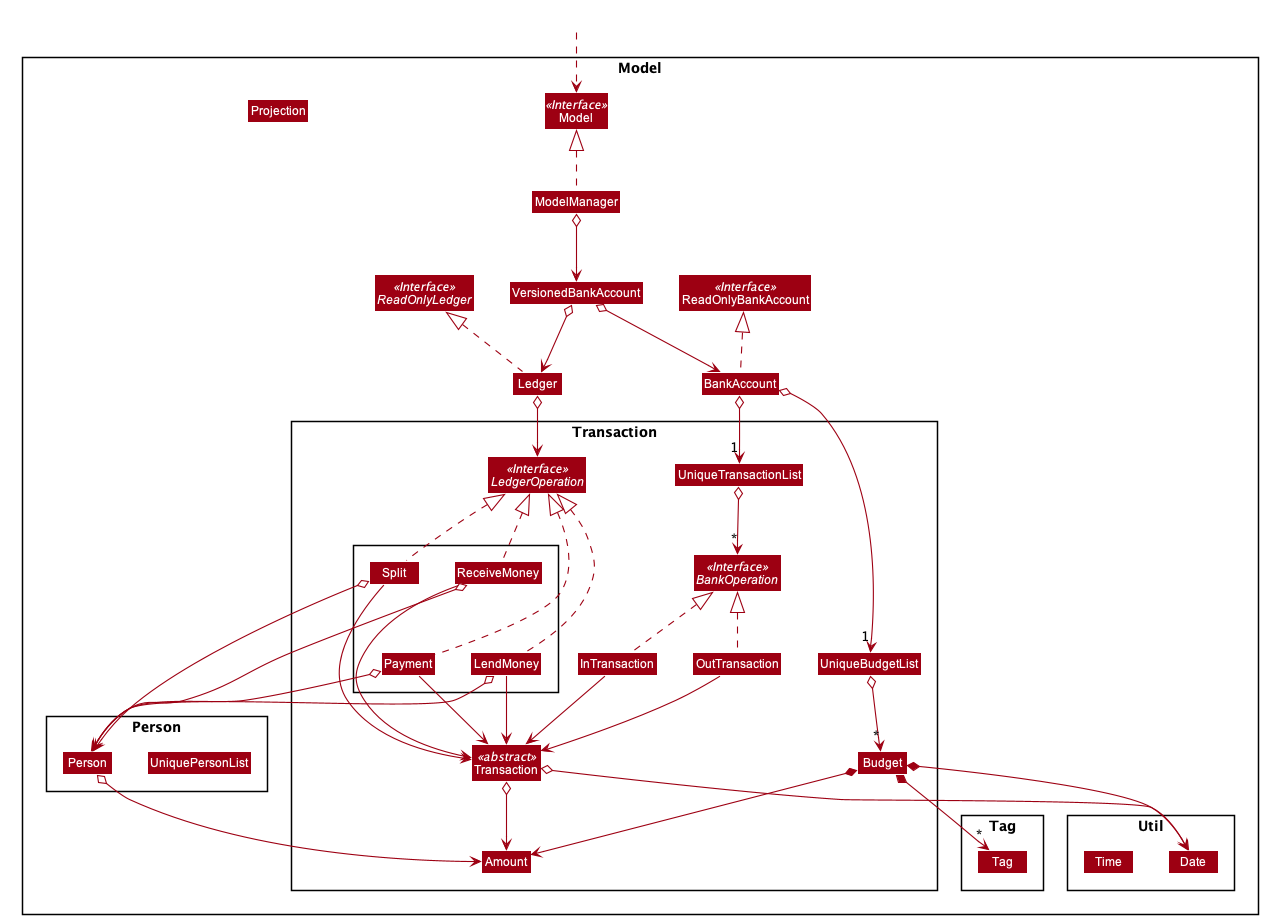
Above: docs/images/ModelClassDiagram.png in nus-cs2103-AY1920S1/addressbook-level3 (PlantUML), before the change.
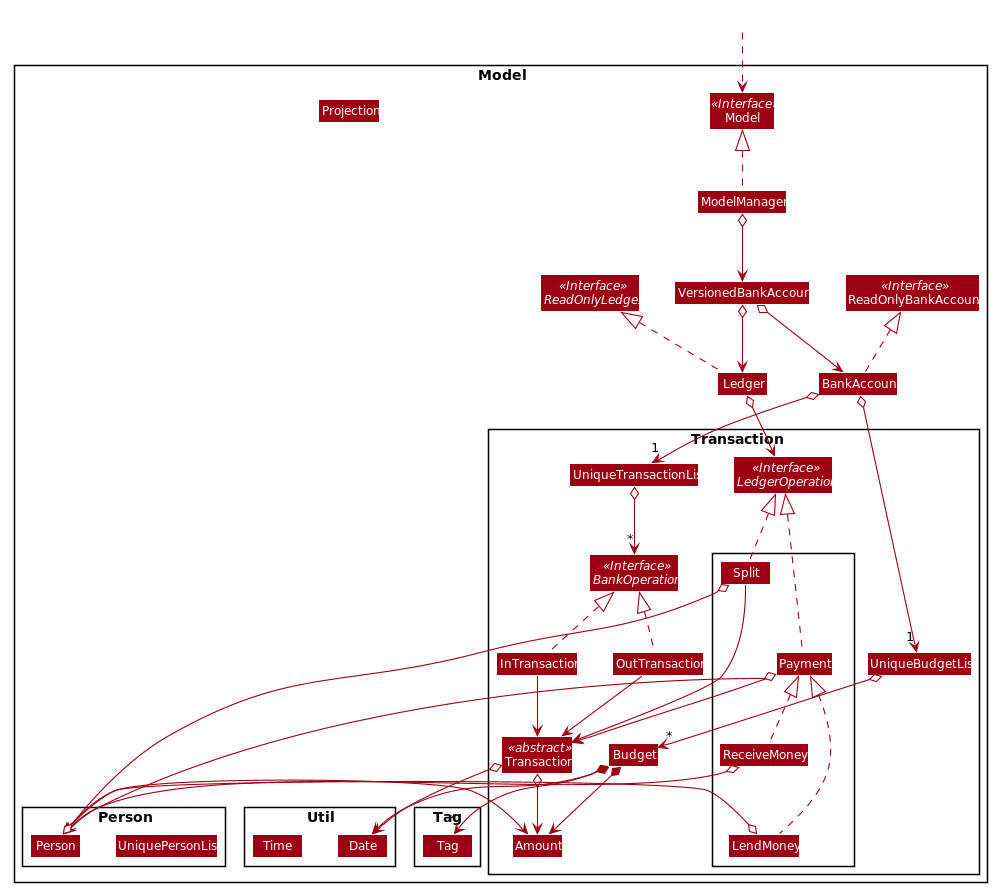
The same file after the commit.

Commit message:
Update UML diagrams and fix checkstyle errors

The edit, as a diff of the source:
```diff
@@ -135,13 +135,11 @@
 Ledger o--> LedgerOperation
 Split .up.|> LedgerOperation
 Payment .up.|> LedgerOperation
-LendMoney .up.|> LedgerOperation
-ReceiveMoney .up.|> LedgerOperation
+LendMoney .up.|> Payment
+ReceiveMoney .up.|> Payment
 
 Split --> Transaction
 Payment --> Transaction
-LendMoney --> Transaction
-ReceiveMoney --> Transaction
 
 Split o--> Person
 Payment o--> Person
```
